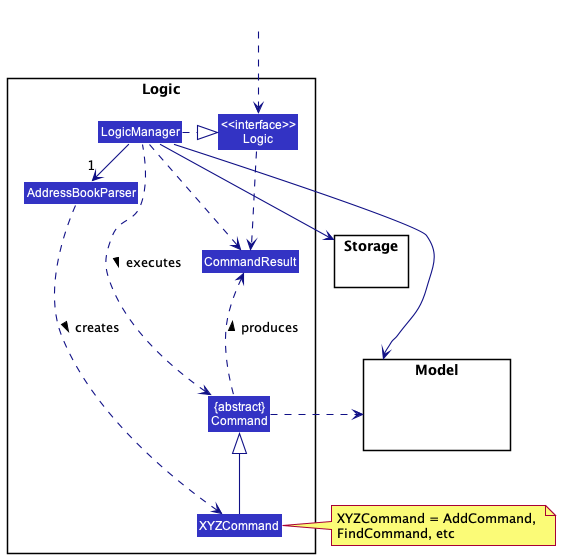
The PlantUML diagram docs/images/LogicClassDiagram.png in nus-cs2103-AY2223S1/tp, before a commit.
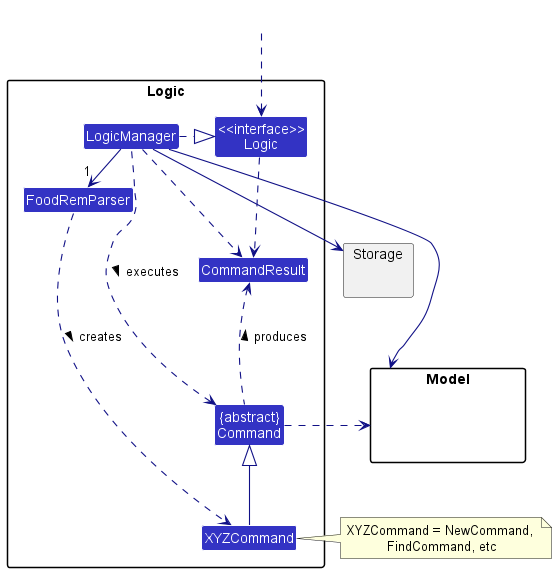
The same file after the commit.

Commit message:
Update Ui and Logic Class Diagrams

Change to the diagram source:
```diff
@@ -6,7 +6,7 @@
 
 package Logic {
 
-Class AddressBookParser
+Class FoodRemParser
 Class XYZCommand
 Class CommandResult
 Class "{abstract}\nCommand" as Command
@@ -27,8 +27,8 @@
 HiddenOutside ..> Logic
 
 LogicManager .right.|> Logic
-LogicManager -right->"1" AddressBookParser
-AddressBookParser ..> XYZCommand : creates >
+LogicManager -right->"1" FoodRemParser
+FoodRemParser ..> XYZCommand : creates >
 
 XYZCommand -up-|> Command
 LogicManager .left.> Command : executes >
@@ -38,7 +38,7 @@
 Storage --[hidden] Model
 Command .[hidden]up.> Storage
 Command .right.> Model
-note right of XYZCommand: XYZCommand = AddCommand, \nFindCommand, etc
+note right of XYZCommand: XYZCommand = NewCommand, \nFindCommand, etc
 
 Logic ..> CommandResult
 LogicManager .down.> CommandResult
```
